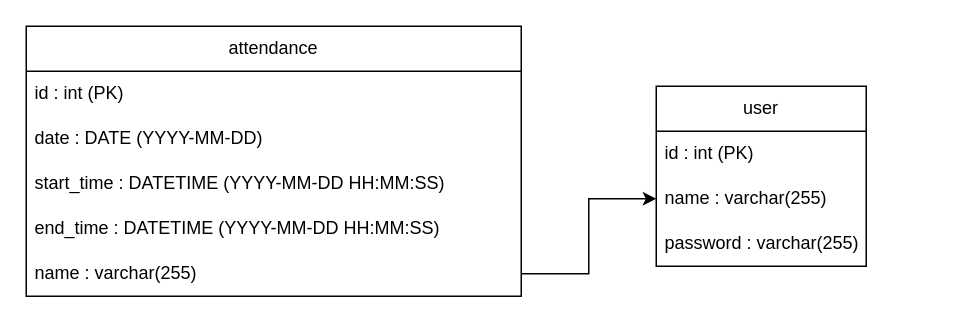
The draw.io diagram db/Docker Project DB.drawio in LightYe4r/docker, before the edit. Source tidied: cells renumbered, new cells numbered last; positions are measured from the earlier drawing's top-left corner, leaving out a move shared by most shapes. Both pictures are drawn from the tidied source at 150%, with x=0, y=0 at pixel (26, 26).
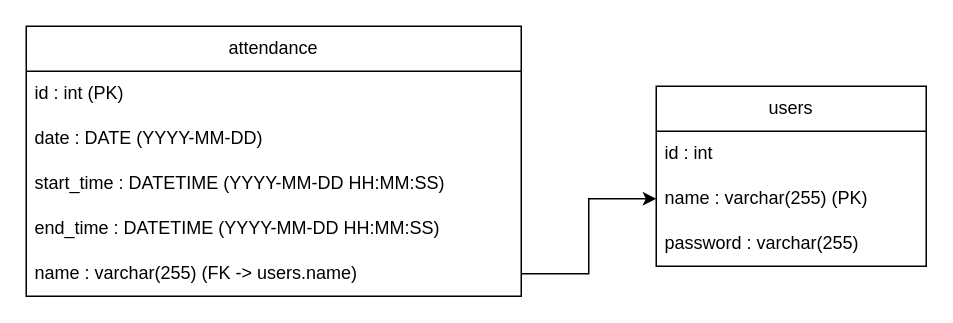
The same diagram, later.

Commit message (it also covers changes not shown here):
[FIX] Database Schema

Change to the diagram source:
```diff
@@
 <mxGraphModel>
   <root>
     <mxCell id="0" />
     <mxCell id="1" parent="0" />
-    <mxCell id="2" value="user" style="swimlane;fontStyle=0;horizontal=1;startSize=30;whiteSpace=wrap;html=1;" parent="1" vertex="1">
-      <mxGeometry x="420" y="40" width="140" height="120" as="geometry" />
+    <mxCell id="2" value="users" style="swimlane;fontStyle=0;horizontal=1;startSize=30;whiteSpace=wrap;html=1;" parent="1" vertex="1">
+      <mxGeometry x="420" y="40" width="180" height="120" as="geometry" />
     </mxCell>
-    <mxCell id="3" value="id : int (PK)" style="text;strokeColor=none;fillColor=none;align=left;verticalAlign=middle;spacingLeft=4;spacingRight=4;overflow=hidden;whiteSpace=wrap;html=1;" parent="2" vertex="1">
-      <mxGeometry y="30" width="140" height="30" as="geometry" />
+    <mxCell id="3" value="id : int&amp;nbsp;" style="text;strokeColor=none;fillColor=none;align=left;verticalAlign=middle;spacingLeft=4;spacingRight=4;overflow=hidden;whiteSpace=wrap;html=1;" parent="2" vertex="1">
+      <mxGeometry y="30" width="180" height="30" as="geometry" />
     </mxCell>
-    <mxCell id="4" value="name : varchar(255)" style="text;strokeColor=none;fillColor=none;align=left;verticalAlign=middle;spacingLeft=4;spacingRight=4;overflow=hidden;points=[[0,0.5],[1,0.5]];portConstraint=eastwest;whiteSpace=wrap;html=1;" parent="2" vertex="1">
-      <mxGeometry y="60" width="140" height="30" as="geometry" />
+    <mxCell id="4" value="name : varchar(255) (PK)" style="text;strokeColor=none;fillColor=none;align=left;verticalAlign=middle;spacingLeft=4;spacingRight=4;overflow=hidden;points=[[0,0.5],[1,0.5]];portConstraint=eastwest;whiteSpace=wrap;html=1;" parent="2" vertex="1">
+      <mxGeometry y="60" width="180" height="30" as="geometry" />
     </mxCell>
     <mxCell id="5" value="password : varchar(255)" style="text;strokeColor=none;fillColor=none;align=left;verticalAlign=middle;spacingLeft=4;spacingRight=4;overflow=hidden;whiteSpace=wrap;html=1;" parent="2" vertex="1">
-      <mxGeometry y="90" width="140" height="30" as="geometry" />
+      <mxGeometry y="90" width="180" height="30" as="geometry" />
     </mxCell>
     <mxCell id="6" value="attendance" style="swimlane;fontStyle=0;horizontal=1;startSize=30;whiteSpace=wrap;html=1;" parent="1" vertex="1">
       <mxGeometry width="330" height="180" as="geometry" />
     </mxCell>
     <mxCell id="7" value="id : int (PK)" style="text;strokeColor=none;fillColor=none;align=left;verticalAlign=middle;spacingLeft=4;spacingRight=4;overflow=hidden;whiteSpace=wrap;html=1;" parent="6" vertex="1">
       <mxGeometry y="30" width="330" height="30" as="geometry" />
     </mxCell>
     <mxCell id="8" value="date : DATE (YYYY-MM-DD)&amp;nbsp;" style="text;strokeColor=none;fillColor=none;align=left;verticalAlign=middle;spacingLeft=4;spacingRight=4;overflow=hidden;whiteSpace=wrap;html=1;" parent="6" vertex="1">
       <mxGeometry y="60" width="330" height="30" as="geometry" />
     </mxCell>
     <mxCell id="9" value="start_time : DATETIME (YYYY-MM-DD HH:MM:SS)" style="text;strokeColor=none;fillColor=none;align=left;verticalAlign=middle;spacingLeft=4;spacingRight=4;overflow=hidden;whiteSpace=wrap;html=1;" parent="6" vertex="1">
       <mxGeometry y="90" width="330" height="30" as="geometry" />
     </mxCell>
     <mxCell id="10" value="end_time : DATETIME (YYYY-MM-DD HH:MM:SS)" style="text;strokeColor=none;fillColor=none;align=left;verticalAlign=middle;spacingLeft=4;spacingRight=4;overflow=hidden;whiteSpace=wrap;html=1;" parent="6" vertex="1">
       <mxGeometry y="120" width="330" height="30" as="geometry" />
     </mxCell>
-    <mxCell id="11" value="name : varchar(255)" style="text;strokeColor=none;fillColor=none;align=left;verticalAlign=middle;spacingLeft=4;spacingRight=4;overflow=hidden;points=[[0,0.5],[1,0.5]];portConstraint=eastwest;whiteSpace=wrap;html=1;" parent="6" vertex="1">
+    <mxCell id="11" value="name : varchar(255) (FK -&amp;gt; users.name)" style="text;strokeColor=none;fillColor=none;align=left;verticalAlign=middle;spacingLeft=4;spacingRight=4;overflow=hidden;points=[[0,0.5],[1,0.5]];portConstraint=eastwest;whiteSpace=wrap;html=1;" parent="6" vertex="1">
       <mxGeometry y="150" width="330" height="30" as="geometry" />
     </mxCell>
     <mxCell id="12" style="edgeStyle=orthogonalEdgeStyle;rounded=0;jettySize=auto;html=1;exitX=1;exitY=0.5;exitDx=0;exitDy=0;entryX=0;entryY=0.5;entryDx=0;entryDy=0;" parent="1" edge="1" source="11" target="4">
       <mxGeometry relative="1" as="geometry" />
     </mxCell>
   </root>
 </mxGraphModel>
```
